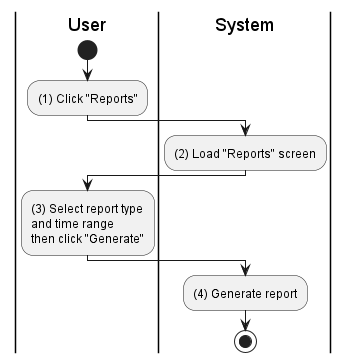
Above: activities/report-generate.png in phihungha/scmss-reqs (PlantUML), before the change.
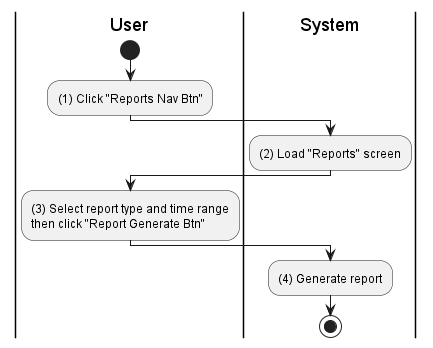
After the change.

The edit, as a diff of the source:
```diff
@@ -4,13 +4,13 @@
 
 |u|
 start
-:(1) Click "Reports";
+:(1) Click "Reports Nav Btn";
 
 |s|
 :(2) Load "Reports" screen;
 
 |u|
-:(3) Select report type\nand time range\nthen click "Generate";
+:(3) Select report type and time range\nthen click "Report Generate Btn";
 
 |s|
 :(4) Generate report;
```
